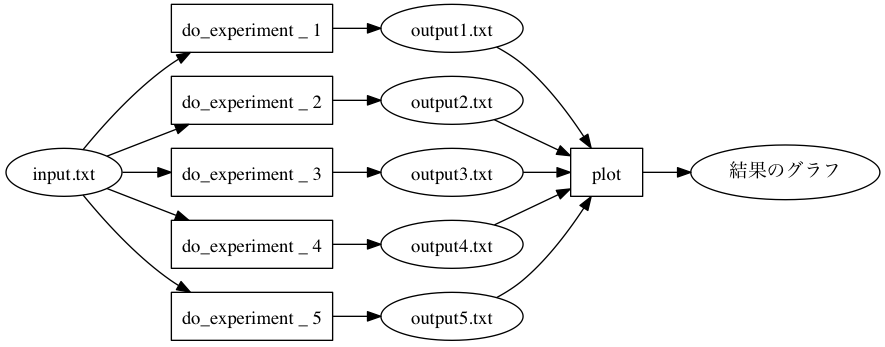
Earlier version of the Graphviz export document/source/figures/waf_experiment.png (pfi/maf). Its source is kept beside it as document/source/figures/waf_experiment.dot. Source of this version:
```dot
digraph G {
  graph [rankdir=LR]

  do1 [shape=box, label="do_experiment _ 1"]
  do2 [shape=box, label="do_experiment _ 2"]
  do3 [shape=box, label="do_experiment _ 3"]
  do4 [shape=box, label="do_experiment _ 4"]
  do5 [shape=box, label="do_experiment _ 5"]

  "input.txt" -> { do1; do2; do3; do4; do5 }

  do1 -> "output1.txt"
  do2 -> "output2.txt"
  do3 -> "output3.txt"
  do4 -> "output4.txt"
  do5 -> "output5.txt"

  plot [shape=box]

  { "output1.txt";
    "output2.txt";
    "output3.txt";
    "output4.txt";
    "output5.txt"; }
    -> plot

  figure [label="結果のグラフ"]
  plot -> figure
}
```
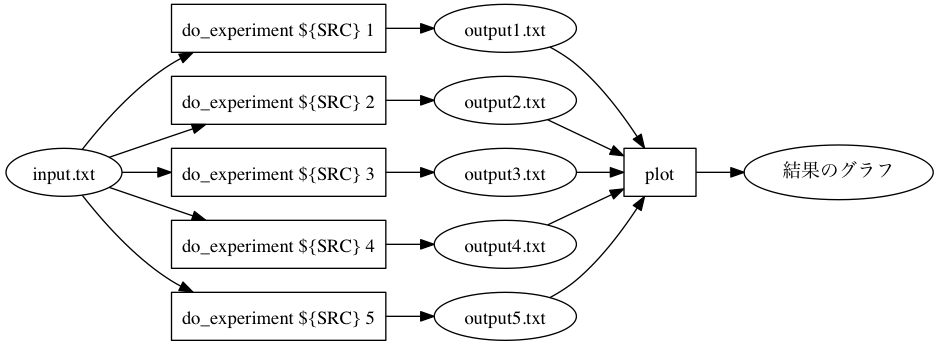
After the commit.

Diff of the diagram source:
```diff
@@ -1,11 +1,11 @@
 digraph G {
   graph [rankdir=LR]
 
-  do1 [shape=box, label="do_experiment _ 1"]
-  do2 [shape=box, label="do_experiment _ 2"]
-  do3 [shape=box, label="do_experiment _ 3"]
-  do4 [shape=box, label="do_experiment _ 4"]
-  do5 [shape=box, label="do_experiment _ 5"]
+  do1 [shape=box, label="do_experiment ${SRC} 1"]
+  do2 [shape=box, label="do_experiment ${SRC} 2"]
+  do3 [shape=box, label="do_experiment ${SRC} 3"]
+  do4 [shape=box, label="do_experiment ${SRC} 4"]
+  do5 [shape=box, label="do_experiment ${SRC} 5"]
 
   "input.txt" -> { do1; do2; do3; do4; do5 }
 
```
